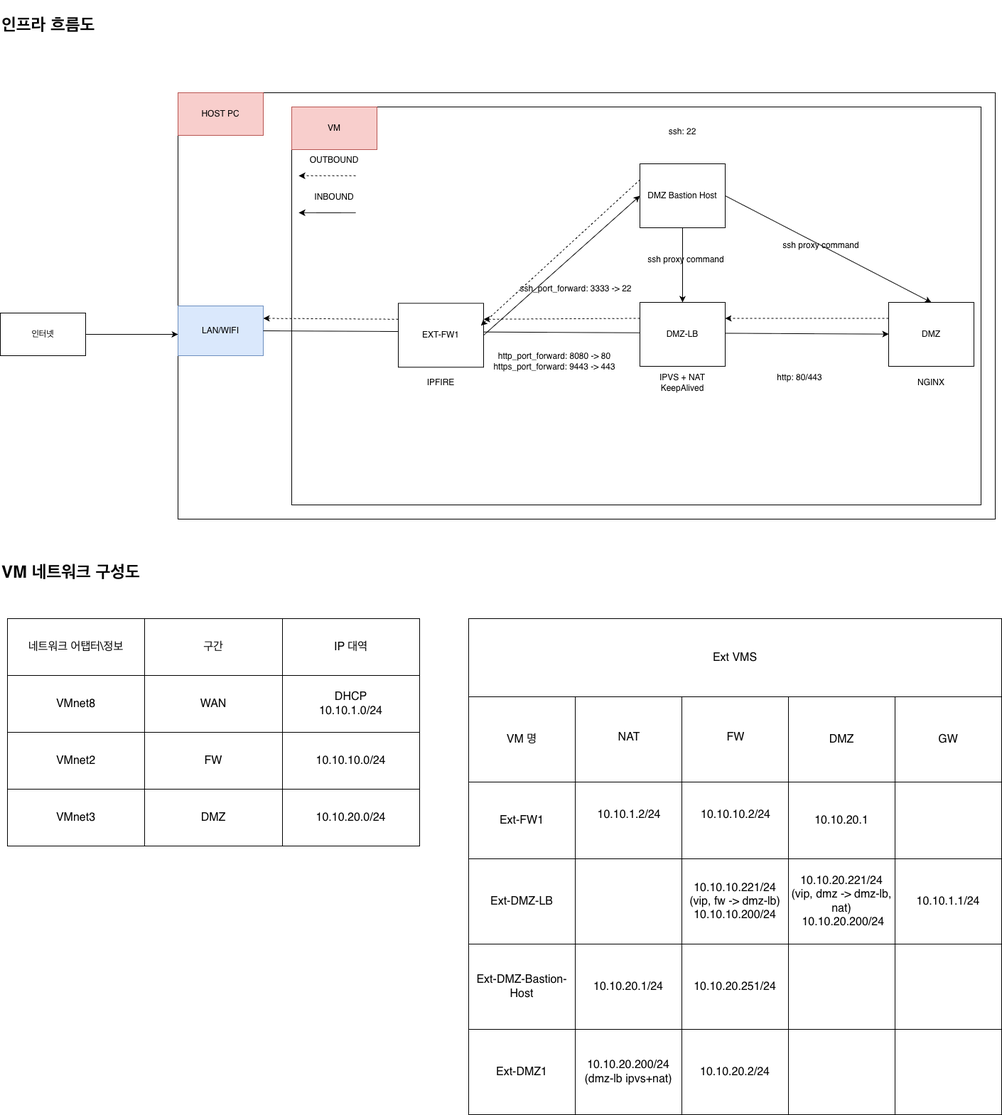
The draw.io diagram fw-dmz-fw-sz-study/images/Onpromise-Infrastructure.png in sangholim/Onpromise-Infrastructure-Study, before a commit. Source tidied: cells renumbered, new cells last; positions are measured from the earlier drawing's top-left corner, leaving out a move shared by most shapes.
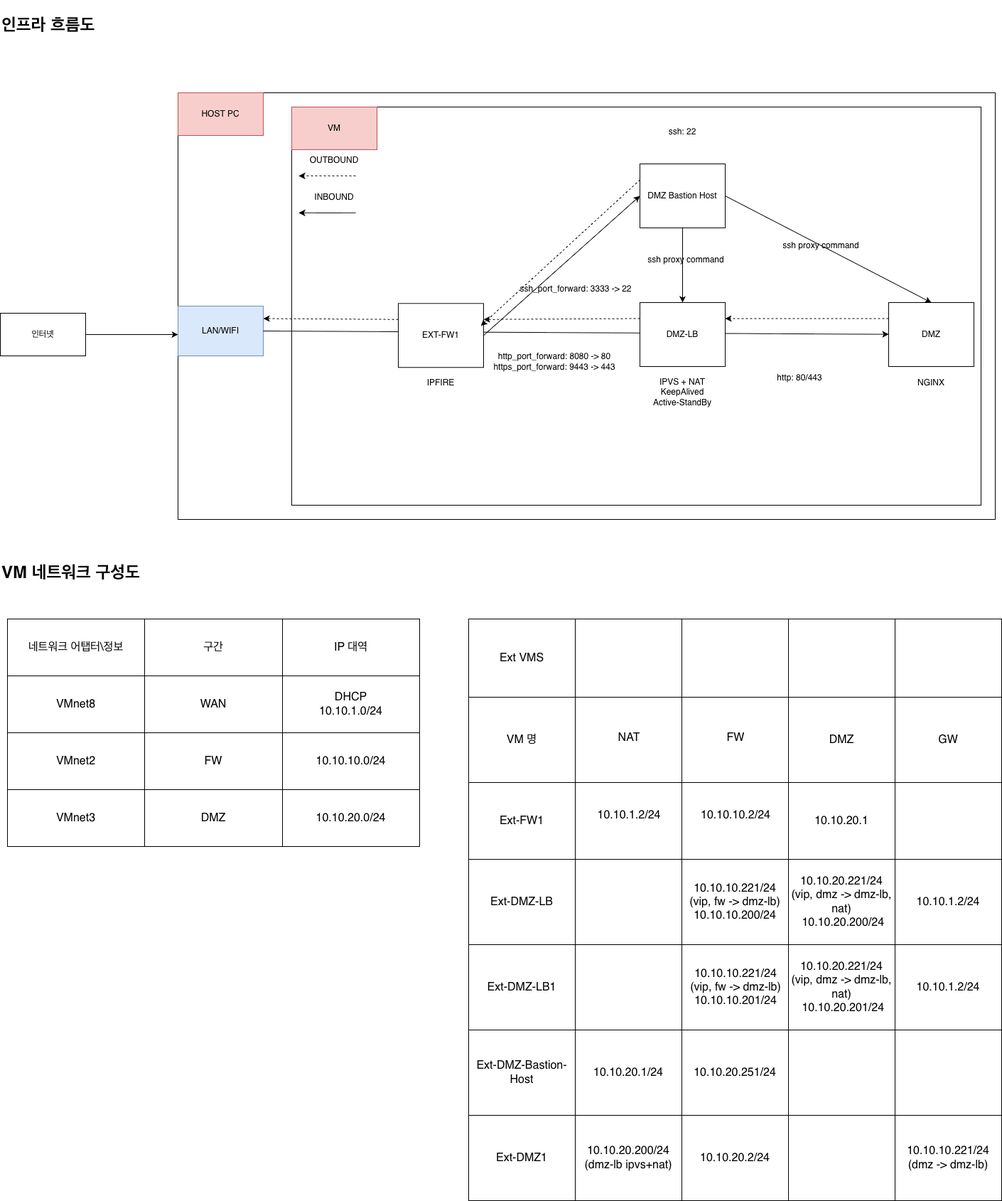
After the commit.

Commit message:
infra-15: 구성도 이미지 수정

What changed in the source:
```diff
@@ -89,14 +89,26 @@
       <mxGeometry x="387" width="193" height="80" as="geometry" />
     </mxCell>
     <mxCell id="30" style="shape=table;startSize=0;fontSize=16;" parent="1" vertex="1">
-      <mxGeometry x="659" y="870" width="750" height="698" as="geometry" />
+      <mxGeometry x="659" y="870" width="750" height="818" as="geometry" />
     </mxCell>
     <mxCell id="31" style="shape=tableRow;horizontal=0;startSize=0;swimlaneHead=0;swimlaneBody=0;strokeColor=inherit;top=0;left=0;bottom=0;right=0;fillColor=none;fontSize=16;" parent="30" vertex="1">
       <mxGeometry width="750" height="110" as="geometry" />
     </mxCell>
-    <mxCell id="32" value="Ext VMS" style="shape=partialRectangle;html=1;whiteSpace=wrap;strokeColor=inherit;overflow=hidden;fillColor=none;top=0;left=0;bottom=0;right=0;fontSize=16;rowspan=1;colspan=5;" parent="31" vertex="1">
-      <mxGeometry width="750" height="110" as="geometry" />
+    <mxCell id="32" value="Ext VMS" style="shape=partialRectangle;html=1;whiteSpace=wrap;strokeColor=inherit;overflow=hidden;fillColor=none;top=0;left=0;bottom=0;right=0;fontSize=16;" parent="31" vertex="1">
+      <mxGeometry width="150" height="110" as="geometry" />
     </mxCell>
+    <mxCell id="90" style="shape=partialRectangle;html=1;whiteSpace=wrap;strokeColor=inherit;overflow=hidden;fillColor=none;top=0;left=0;bottom=0;right=0;fontSize=16;" parent="31" vertex="1">
+      <mxGeometry x="150" width="150" height="110" as="geometry" />
+    </mxCell>
+    <mxCell id="91" style="shape=partialRectangle;html=1;whiteSpace=wrap;strokeColor=inherit;overflow=hidden;fillColor=none;top=0;left=0;bottom=0;right=0;fontSize=16;" parent="31" vertex="1">
+      <mxGeometry x="300" width="150" height="110" as="geometry" />
+    </mxCell>
+    <mxCell id="92" style="shape=partialRectangle;html=1;whiteSpace=wrap;strokeColor=inherit;overflow=hidden;fillColor=none;top=0;left=0;bottom=0;right=0;fontSize=16;" parent="31" vertex="1">
+      <mxGeometry x="450" width="150" height="110" as="geometry" />
+    </mxCell>
+    <mxCell id="93" style="shape=partialRectangle;html=1;whiteSpace=wrap;strokeColor=inherit;overflow=hidden;fillColor=none;top=0;left=0;bottom=0;right=0;fontSize=16;" parent="31" vertex="1">
+      <mxGeometry x="600" width="150" height="110" as="geometry" />
+    </mxCell>
     <mxCell id="33" style="shape=tableRow;horizontal=0;startSize=0;swimlaneHead=0;swimlaneBody=0;strokeColor=inherit;top=0;left=0;bottom=0;right=0;fillColor=none;fontSize=16;" parent="30" vertex="1">
       <mxGeometry y="110" width="750" height="120" as="geometry" />
     </mxCell>
@@ -148,19 +160,19 @@
     <mxCell id="49" value="10.10.20.221/24 (vip, dmz -&amp;gt; dmz-lb, nat)&lt;br&gt;&amp;nbsp;10.10.20.200/24" style="shape=partialRectangle;html=1;whiteSpace=wrap;strokeColor=inherit;overflow=hidden;fillColor=none;top=0;left=0;bottom=0;right=0;fontSize=16;" parent="45" vertex="1">
       <mxGeometry x="450" width="150" height="120" as="geometry" />
     </mxCell>
-    <mxCell id="50" value="10.10.1.1/24" style="shape=partialRectangle;html=1;whiteSpace=wrap;strokeColor=inherit;overflow=hidden;fillColor=none;top=0;left=0;bottom=0;right=0;fontSize=16;" parent="45" vertex="1">
+    <mxCell id="50" value="10.10.1.2/24" style="shape=partialRectangle;html=1;whiteSpace=wrap;strokeColor=inherit;overflow=hidden;fillColor=none;top=0;left=0;bottom=0;right=0;fontSize=16;" parent="45" vertex="1">
       <mxGeometry x="600" width="150" height="120" as="geometry" />
     </mxCell>
     <mxCell id="51" style="shape=tableRow;horizontal=0;startSize=0;swimlaneHead=0;swimlaneBody=0;strokeColor=inherit;top=0;left=0;bottom=0;right=0;fillColor=none;fontSize=16;" parent="30" vertex="1">
       <mxGeometry y="458" width="750" height="120" as="geometry" />
     </mxCell>
-    <mxCell id="52" value="Ext-DMZ-Bastion-Host" style="shape=partialRectangle;html=1;whiteSpace=wrap;strokeColor=inherit;overflow=hidden;fillColor=none;top=0;left=0;bottom=0;right=0;fontSize=16;" parent="51" vertex="1">
+    <mxCell id="52" value="Ext-DMZ-LB1" style="shape=partialRectangle;html=1;whiteSpace=wrap;strokeColor=inherit;overflow=hidden;fillColor=none;top=0;left=0;bottom=0;right=0;fontSize=16;" parent="51" vertex="1">
       <mxGeometry width="150" height="120" as="geometry" />
     </mxCell>
-    <mxCell id="53" value="10.10.20.1/24" style="shape=partialRectangle;html=1;whiteSpace=wrap;strokeColor=inherit;overflow=hidden;fillColor=none;top=0;left=0;bottom=0;right=0;fontSize=16;" parent="51" vertex="1">
+    <mxCell id="53" style="shape=partialRectangle;html=1;whiteSpace=wrap;strokeColor=inherit;overflow=hidden;fillColor=none;top=0;left=0;bottom=0;right=0;fontSize=16;" parent="51" vertex="1">
       <mxGeometry x="150" width="150" height="120" as="geometry" />
     </mxCell>
-    <mxCell id="54" value="10.10.20.251/24" style="shape=partialRectangle;html=1;whiteSpace=wrap;strokeColor=inherit;overflow=hidden;fillColor=none;top=0;left=0;bottom=0;right=0;fontSize=16;" parent="51" vertex="1">
+    <mxCell id="54" style="shape=partialRectangle;html=1;whiteSpace=wrap;strokeColor=inherit;overflow=hidden;fillColor=none;top=0;left=0;bottom=0;right=0;fontSize=16;" parent="51" vertex="1">
       <mxGeometry x="300" width="150" height="120" as="geometry" />
     </mxCell>
     <mxCell id="55" style="shape=partialRectangle;html=1;whiteSpace=wrap;strokeColor=inherit;overflow=hidden;fillColor=none;top=0;left=0;bottom=0;right=0;fontSize=16;" parent="51" vertex="1">
@@ -172,13 +184,13 @@
     <mxCell id="57" style="shape=tableRow;horizontal=0;startSize=0;swimlaneHead=0;swimlaneBody=0;strokeColor=inherit;top=0;left=0;bottom=0;right=0;fillColor=none;fontSize=16;" parent="30" vertex="1">
       <mxGeometry y="578" width="750" height="120" as="geometry" />
     </mxCell>
-    <mxCell id="58" value="Ext-DMZ1" style="shape=partialRectangle;html=1;whiteSpace=wrap;strokeColor=inherit;overflow=hidden;fillColor=none;top=0;left=0;bottom=0;right=0;fontSize=16;" parent="57" vertex="1">
+    <mxCell id="58" style="shape=partialRectangle;html=1;whiteSpace=wrap;strokeColor=inherit;overflow=hidden;fillColor=none;top=0;left=0;bottom=0;right=0;fontSize=16;" parent="57" vertex="1">
       <mxGeometry width="150" height="120" as="geometry" />
     </mxCell>
-    <mxCell id="59" value="10.10.20.200/24&lt;br&gt;(dmz-lb ipvs+nat)" style="shape=partialRectangle;html=1;whiteSpace=wrap;strokeColor=inherit;overflow=hidden;fillColor=none;top=0;left=0;bottom=0;right=0;fontSize=16;" parent="57" vertex="1">
+    <mxCell id="59" style="shape=partialRectangle;html=1;whiteSpace=wrap;strokeColor=inherit;overflow=hidden;fillColor=none;top=0;left=0;bottom=0;right=0;fontSize=16;" parent="57" vertex="1">
       <mxGeometry x="150" width="150" height="120" as="geometry" />
     </mxCell>
-    <mxCell id="60" value="10.10.20.2/24" style="shape=partialRectangle;html=1;whiteSpace=wrap;strokeColor=inherit;overflow=hidden;fillColor=none;top=0;left=0;bottom=0;right=0;fontSize=16;" parent="57" vertex="1">
+    <mxCell id="60" style="shape=partialRectangle;html=1;whiteSpace=wrap;strokeColor=inherit;overflow=hidden;fillColor=none;top=0;left=0;bottom=0;right=0;fontSize=16;" parent="57" vertex="1">
       <mxGeometry x="300" width="150" height="120" as="geometry" />
     </mxCell>
     <mxCell id="61" style="shape=partialRectangle;html=1;whiteSpace=wrap;strokeColor=inherit;overflow=hidden;fillColor=none;top=0;left=0;bottom=0;right=0;fontSize=16;" parent="57" vertex="1">
@@ -187,6 +199,24 @@
     <mxCell id="62" style="shape=partialRectangle;html=1;whiteSpace=wrap;strokeColor=inherit;overflow=hidden;fillColor=none;top=0;left=0;bottom=0;right=0;fontSize=16;" parent="57" vertex="1">
       <mxGeometry x="600" width="150" height="120" as="geometry" />
     </mxCell>
+    <mxCell id="94" style="shape=tableRow;horizontal=0;startSize=0;swimlaneHead=0;swimlaneBody=0;strokeColor=inherit;top=0;left=0;bottom=0;right=0;fillColor=none;fontSize=16;" parent="30" vertex="1">
+      <mxGeometry y="698" width="750" height="120" as="geometry" />
+    </mxCell>
+    <mxCell id="95" style="shape=partialRectangle;html=1;whiteSpace=wrap;strokeColor=inherit;overflow=hidden;fillColor=none;top=0;left=0;bottom=0;right=0;fontSize=16;" parent="94" vertex="1">
+      <mxGeometry width="150" height="120" as="geometry" />
+    </mxCell>
+    <mxCell id="96" style="shape=partialRectangle;html=1;whiteSpace=wrap;strokeColor=inherit;overflow=hidden;fillColor=none;top=0;left=0;bottom=0;right=0;fontSize=16;" parent="94" vertex="1">
+      <mxGeometry x="150" width="150" height="120" as="geometry" />
+    </mxCell>
+    <mxCell id="97" style="shape=partialRectangle;html=1;whiteSpace=wrap;strokeColor=inherit;overflow=hidden;fillColor=none;top=0;left=0;bottom=0;right=0;fontSize=16;" parent="94" vertex="1">
+      <mxGeometry x="300" width="150" height="120" as="geometry" />
+    </mxCell>
+    <mxCell id="98" style="shape=partialRectangle;html=1;whiteSpace=wrap;strokeColor=inherit;overflow=hidden;fillColor=none;top=0;left=0;bottom=0;right=0;fontSize=16;" parent="94" vertex="1">
+      <mxGeometry x="450" width="150" height="120" as="geometry" />
+    </mxCell>
+    <mxCell id="99" style="shape=partialRectangle;html=1;whiteSpace=wrap;strokeColor=inherit;overflow=hidden;fillColor=none;top=0;left=0;bottom=0;right=0;fontSize=16;" parent="94" vertex="1">
+      <mxGeometry x="600" width="150" height="120" as="geometry" />
+    </mxCell>
     <mxCell id="63" value="EXT-FW1" style="rounded=0;whiteSpace=wrap;html=1;" parent="1" vertex="1">
       <mxGeometry x="560" y="426.2" width="120" height="90" as="geometry" />
     </mxCell>
@@ -235,8 +265,8 @@
     <mxCell id="78" value="ssh proxy command" style="text;html=1;whiteSpace=wrap;strokeColor=none;fillColor=none;align=center;verticalAlign=middle;rounded=0;" parent="1" vertex="1">
       <mxGeometry x="900" y="350" width="130" height="30" as="geometry" />
     </mxCell>
-    <mxCell id="79" value="IPVS + NAT&lt;br&gt;KeepAlived" style="text;html=1;whiteSpace=wrap;strokeColor=none;fillColor=none;align=center;verticalAlign=middle;rounded=0;" parent="1" vertex="1">
-      <mxGeometry x="900" y="516.2" width="120" height="43.8" as="geometry" />
+    <mxCell id="79" value="IPVS + NAT&lt;br&gt;KeepAlived&lt;div&gt;Active-StandBy&lt;/div&gt;" style="text;html=1;whiteSpace=wrap;strokeColor=none;fillColor=none;align=center;verticalAlign=middle;rounded=0;" parent="1" vertex="1">
+      <mxGeometry x="910" y="516.2" width="100" height="70" as="geometry" />
     </mxCell>
     <mxCell id="80" value="NGINX" style="text;html=1;whiteSpace=wrap;strokeColor=none;fillColor=none;align=center;verticalAlign=middle;rounded=0;" parent="1" vertex="1">
       <mxGeometry x="1250" y="516.2" width="120" height="43.8" as="geometry" />
@@ -274,5 +304,35 @@
     <mxCell id="89" value="INBOUND" style="text;html=1;whiteSpace=wrap;strokeColor=none;fillColor=none;align=center;verticalAlign=middle;rounded=0;" parent="1" vertex="1">
       <mxGeometry x="410" y="262" width="120" height="30" as="geometry" />
     </mxCell>
+    <mxCell id="100" value="Ext-DMZ-Bastion-Host" style="shape=partialRectangle;html=1;whiteSpace=wrap;strokeColor=inherit;overflow=hidden;fillColor=none;top=0;left=0;bottom=0;right=0;fontSize=16;" parent="1" vertex="1">
+      <mxGeometry x="659" y="1448" width="150" height="120" as="geometry" />
+    </mxCell>
+    <mxCell id="101" value="10.10.20.1/24" style="shape=partialRectangle;html=1;whiteSpace=wrap;strokeColor=inherit;overflow=hidden;fillColor=none;top=0;left=0;bottom=0;right=0;fontSize=16;" parent="1" vertex="1">
+      <mxGeometry x="809" y="1448" width="150" height="120" as="geometry" />
+    </mxCell>
+    <mxCell id="102" value="10.10.20.251/24" style="shape=partialRectangle;html=1;whiteSpace=wrap;strokeColor=inherit;overflow=hidden;fillColor=none;top=0;left=0;bottom=0;right=0;fontSize=16;" parent="1" vertex="1">
+      <mxGeometry x="959" y="1448" width="150" height="120" as="geometry" />
+    </mxCell>
+    <mxCell id="103" value="Ext-DMZ1" style="shape=partialRectangle;html=1;whiteSpace=wrap;strokeColor=inherit;overflow=hidden;fillColor=none;top=0;left=0;bottom=0;right=0;fontSize=16;" parent="1" vertex="1">
+      <mxGeometry x="659" y="1568" width="150" height="120" as="geometry" />
+    </mxCell>
+    <mxCell id="104" value="10.10.20.200/24&lt;br&gt;(dmz-lb ipvs+nat)" style="shape=partialRectangle;html=1;whiteSpace=wrap;strokeColor=inherit;overflow=hidden;fillColor=none;top=0;left=0;bottom=0;right=0;fontSize=16;" parent="1" vertex="1">
+      <mxGeometry x="809" y="1568" width="150" height="120" as="geometry" />
+    </mxCell>
+    <mxCell id="105" value="10.10.20.2/24" style="shape=partialRectangle;html=1;whiteSpace=wrap;strokeColor=inherit;overflow=hidden;fillColor=none;top=0;left=0;bottom=0;right=0;fontSize=16;" parent="1" vertex="1">
+      <mxGeometry x="959" y="1568" width="150" height="120" as="geometry" />
+    </mxCell>
+    <mxCell id="106" value="10.10.10.221/24&lt;br&gt;(dmz -&amp;gt; dmz-lb)" style="shape=partialRectangle;html=1;whiteSpace=wrap;strokeColor=inherit;overflow=hidden;fillColor=none;top=0;left=0;bottom=0;right=0;fontSize=16;" parent="1" vertex="1">
+      <mxGeometry x="1259" y="1568" width="150" height="120" as="geometry" />
+    </mxCell>
+    <mxCell id="107" value="10.10.10.221/24 (vip, fw -&amp;gt; dmz-lb)&lt;br&gt;10.10.10.201/24" style="shape=partialRectangle;html=1;whiteSpace=wrap;strokeColor=inherit;overflow=hidden;fillColor=none;top=0;left=0;bottom=0;right=0;fontSize=16;" parent="1" vertex="1">
+      <mxGeometry x="960" y="1328" width="150" height="120" as="geometry" />
+    </mxCell>
+    <mxCell id="108" value="10.10.20.221/24 (vip, dmz -&amp;gt; dmz-lb, nat)&lt;br&gt;&amp;nbsp;10.10.20.201/24" style="shape=partialRectangle;html=1;whiteSpace=wrap;strokeColor=inherit;overflow=hidden;fillColor=none;top=0;left=0;bottom=0;right=0;fontSize=16;" parent="1" vertex="1">
+      <mxGeometry x="1109" y="1328" width="150" height="120" as="geometry" />
+    </mxCell>
+    <mxCell id="109" value="10.10.1.2/24" style="shape=partialRectangle;html=1;whiteSpace=wrap;strokeColor=inherit;overflow=hidden;fillColor=none;top=0;left=0;bottom=0;right=0;fontSize=16;" parent="1" vertex="1">
+      <mxGeometry x="1259" y="1328" width="150" height="120" as="geometry" />
+    </mxCell>
   </root>
 </mxGraphModel>
```
